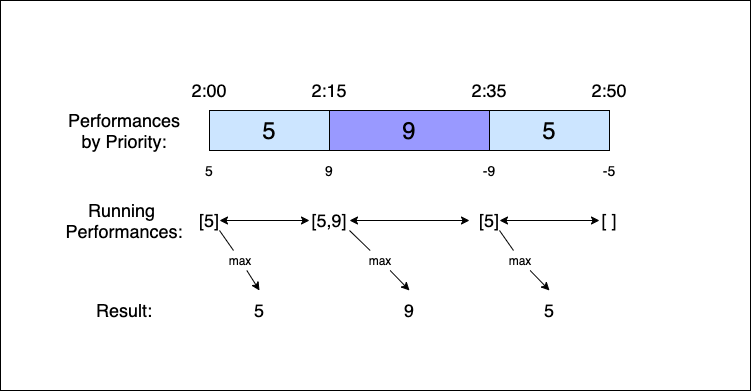
Above: backend/Skedulo-BE.png in thaisonnguyenbt/tech-test (draw.io), before the change. Source tidied: cells renumbered, new cells last; positions are measured from the earlier drawing's top-left corner, leaving out a move shared by most shapes.
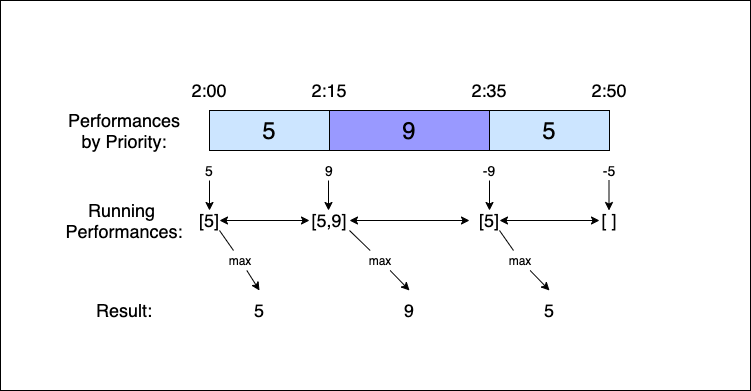
The same diagram one commit later.

The edit, as a diff of the source:
```diff
@@ -115,5 +115,26 @@
     <mxCell id="35" value="&lt;font style=&quot;font-size: 18px&quot;&gt;Performances&lt;br&gt;by Priority:&lt;/font&gt;" style="text;html=1;strokeColor=none;fillColor=none;align=center;verticalAlign=middle;whiteSpace=wrap;rounded=0;" parent="1" vertex="1">
       <mxGeometry x="59" y="120" width="130" height="20" as="geometry" />
     </mxCell>
+    <mxCell id="36" style="endArrow=classic;html=1;exitX=0.5;exitY=1;exitDx=0;exitDy=0;entryX=0.5;entryY=0;entryDx=0;entryDy=0;" parent="1" edge="1" source="10" target="15">
+      <mxGeometry relative="1" as="geometry" />
+    </mxCell>
+    <mxCell id="37" style="endArrow=classic;html=1;exitX=0.5;exitY=1;exitDx=0;exitDy=0;entryX=0.5;entryY=0;entryDx=0;entryDy=0;" parent="1" edge="1">
+      <mxGeometry relative="1" as="geometry">
+        <mxPoint x="328" y="180" as="sourcePoint" />
+        <mxPoint x="328" y="210" as="targetPoint" />
+      </mxGeometry>
+    </mxCell>
+    <mxCell id="38" style="endArrow=classic;html=1;exitX=0.5;exitY=1;exitDx=0;exitDy=0;entryX=0.5;entryY=0;entryDx=0;entryDy=0;" parent="1" edge="1">
+      <mxGeometry relative="1" as="geometry">
+        <mxPoint x="489" y="180" as="sourcePoint" />
+        <mxPoint x="489" y="210" as="targetPoint" />
+      </mxGeometry>
+    </mxCell>
+    <mxCell id="39" style="endArrow=classic;html=1;exitX=0.5;exitY=1;exitDx=0;exitDy=0;entryX=0.5;entryY=0;entryDx=0;entryDy=0;" parent="1" edge="1">
+      <mxGeometry relative="1" as="geometry">
+        <mxPoint x="608.5" y="180" as="sourcePoint" />
+        <mxPoint x="608.5" y="210" as="targetPoint" />
+      </mxGeometry>
+    </mxCell>
   </root>
 </mxGraphModel>
```
